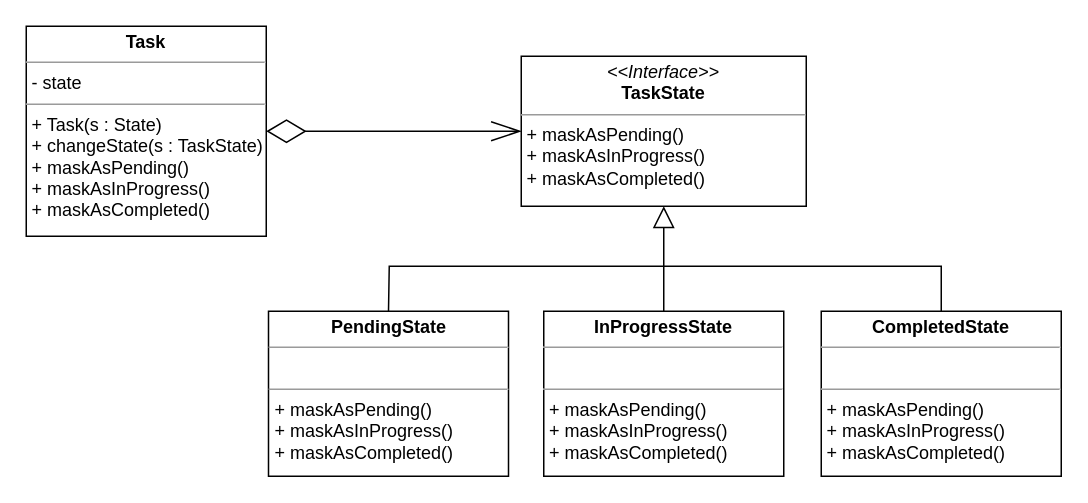
This is page "หน้า-1" (1 of 4) of Project/behavioral/State/State.drawio from pang1217/Pattern-and-Software-Design, a draw.io file, before an edit. Source tidied: cells renumbered, new cells numbered last; positions are measured from the earlier drawing's top-left corner, leaving out a move shared by most shapes. Both pictures are drawn from the tidied source at 150%, with x=0, y=0 at pixel (26, 26).
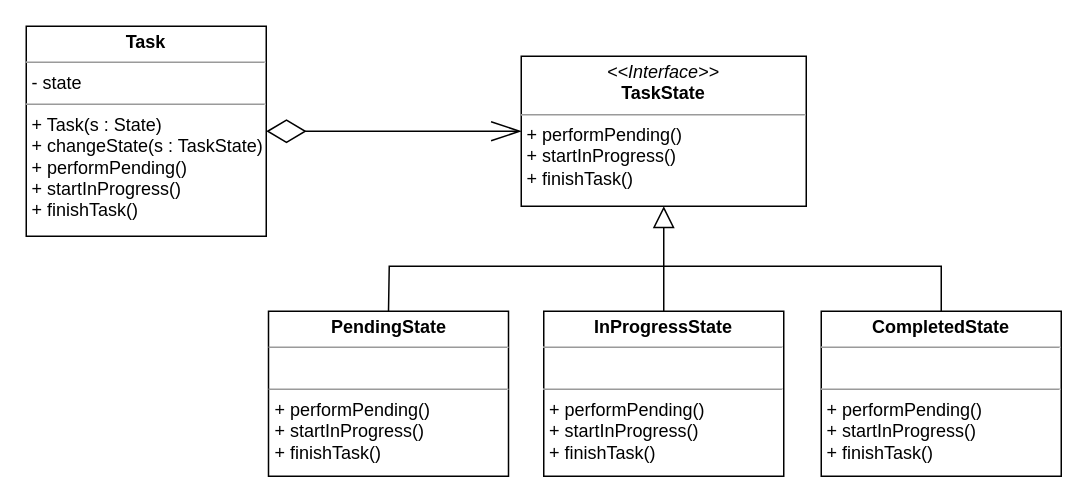
Above is the later version.

Change to the diagram source:
```diff
@@
 <mxGraphModel>
   <root>
     <mxCell id="0" />
     <mxCell id="1" parent="0" />
-    <mxCell id="2" value="&lt;p style=&quot;margin:0px;margin-top:4px;text-align:center;&quot;&gt;&lt;b&gt;Task&lt;/b&gt;&lt;/p&gt;&lt;hr size=&quot;1&quot;&gt;&lt;p style=&quot;margin:0px;margin-left:4px;&quot;&gt;- state&lt;/p&gt;&lt;hr size=&quot;1&quot;&gt;&lt;p style=&quot;margin:0px;margin-left:4px;&quot;&gt;+ Task(s : State)&lt;/p&gt;&lt;p style=&quot;margin:0px;margin-left:4px;&quot;&gt;+ changeState(s : TaskState)&lt;/p&gt;&lt;p style=&quot;margin:0px;margin-left:4px;&quot;&gt;+ maskAsPending()&lt;/p&gt;&lt;p style=&quot;margin:0px;margin-left:4px;&quot;&gt;+ maskAsInProgress()&lt;/p&gt;&lt;p style=&quot;margin:0px;margin-left:4px;&quot;&gt;+ maskAsCompleted()&lt;/p&gt;" style="verticalAlign=top;align=left;overflow=fill;fontSize=12;fontFamily=Helvetica;html=1;whiteSpace=wrap;" parent="1" vertex="1">
+    <mxCell id="2" value="&lt;p style=&quot;margin:0px;margin-top:4px;text-align:center;&quot;&gt;&lt;b&gt;Task&lt;/b&gt;&lt;/p&gt;&lt;hr size=&quot;1&quot;&gt;&lt;p style=&quot;margin:0px;margin-left:4px;&quot;&gt;- state&lt;/p&gt;&lt;hr size=&quot;1&quot;&gt;&lt;p style=&quot;margin:0px;margin-left:4px;&quot;&gt;+ Task(s : State)&lt;/p&gt;&lt;p style=&quot;margin:0px;margin-left:4px;&quot;&gt;+ changeState(s : TaskState)&lt;/p&gt;&lt;p style=&quot;border-color: var(--border-color); margin: 0px 0px 0px 4px;&quot;&gt;+ performPending()&lt;/p&gt;&lt;p style=&quot;border-color: var(--border-color); margin: 0px 0px 0px 4px;&quot;&gt;+ startInProgress()&lt;/p&gt;&lt;p style=&quot;border-color: var(--border-color); margin: 0px 0px 0px 4px;&quot;&gt;+ finishTask()&lt;/p&gt;" style="verticalAlign=top;align=left;overflow=fill;fontSize=12;fontFamily=Helvetica;html=1;whiteSpace=wrap;" parent="1" vertex="1">
       <mxGeometry width="160" height="140" as="geometry" />
     </mxCell>
-    <mxCell id="3" value="&lt;p style=&quot;margin:0px;margin-top:4px;text-align:center;&quot;&gt;&lt;i&gt;&amp;lt;&amp;lt;Interface&amp;gt;&amp;gt;&lt;/i&gt;&lt;br&gt;&lt;b&gt;TaskState&lt;/b&gt;&lt;/p&gt;&lt;hr size=&quot;1&quot;&gt;&lt;p style=&quot;border-color: var(--border-color); margin: 0px 0px 0px 4px;&quot;&gt;+ maskAsPending()&lt;/p&gt;&lt;p style=&quot;border-color: var(--border-color); margin: 0px 0px 0px 4px;&quot;&gt;+ maskAsInProgress()&lt;/p&gt;&lt;p style=&quot;border-color: var(--border-color); margin: 0px 0px 0px 4px;&quot;&gt;+ maskAsCompleted()&lt;/p&gt;" style="verticalAlign=top;align=left;overflow=fill;fontSize=12;fontFamily=Helvetica;html=1;whiteSpace=wrap;" parent="1" vertex="1">
+    <mxCell id="3" value="&lt;p style=&quot;margin:0px;margin-top:4px;text-align:center;&quot;&gt;&lt;i&gt;&amp;lt;&amp;lt;Interface&amp;gt;&amp;gt;&lt;/i&gt;&lt;br&gt;&lt;b&gt;TaskState&lt;/b&gt;&lt;/p&gt;&lt;hr size=&quot;1&quot;&gt;&lt;p style=&quot;border-color: var(--border-color); margin: 0px 0px 0px 4px;&quot;&gt;+ performPending()&lt;/p&gt;&lt;p style=&quot;border-color: var(--border-color); margin: 0px 0px 0px 4px;&quot;&gt;+ startInProgress()&lt;/p&gt;&lt;p style=&quot;border-color: var(--border-color); margin: 0px 0px 0px 4px;&quot;&gt;+ finishTask()&lt;/p&gt;&lt;p style=&quot;border-color: var(--border-color); margin: 0px 0px 0px 4px;&quot;&gt;&lt;br&gt;&lt;/p&gt;" style="verticalAlign=top;align=left;overflow=fill;fontSize=12;fontFamily=Helvetica;html=1;whiteSpace=wrap;" parent="1" vertex="1">
       <mxGeometry x="330" y="20" width="190" height="100" as="geometry" />
     </mxCell>
-    <mxCell id="4" value="&lt;p style=&quot;margin:0px;margin-top:4px;text-align:center;&quot;&gt;&lt;b&gt;PendingState&lt;/b&gt;&lt;/p&gt;&lt;hr size=&quot;1&quot;&gt;&lt;p style=&quot;margin:0px;margin-left:4px;&quot;&gt;&lt;br&gt;&lt;/p&gt;&lt;hr size=&quot;1&quot;&gt;&lt;p style=&quot;border-color: var(--border-color); margin: 0px 0px 0px 4px;&quot;&gt;+ maskAsPending()&lt;/p&gt;&lt;p style=&quot;border-color: var(--border-color); margin: 0px 0px 0px 4px;&quot;&gt;+ maskAsInProgress()&lt;/p&gt;&lt;p style=&quot;border-color: var(--border-color); margin: 0px 0px 0px 4px;&quot;&gt;+ maskAsCompleted()&lt;/p&gt;" style="verticalAlign=top;align=left;overflow=fill;fontSize=12;fontFamily=Helvetica;html=1;whiteSpace=wrap;" parent="1" vertex="1">
+    <mxCell id="4" value="&lt;p style=&quot;margin:0px;margin-top:4px;text-align:center;&quot;&gt;&lt;b&gt;PendingState&lt;/b&gt;&lt;/p&gt;&lt;hr size=&quot;1&quot;&gt;&lt;p style=&quot;margin:0px;margin-left:4px;&quot;&gt;&lt;br&gt;&lt;/p&gt;&lt;hr size=&quot;1&quot;&gt;&lt;p style=&quot;border-color: var(--border-color); margin: 0px 0px 0px 4px;&quot;&gt;+ performPending()&lt;/p&gt;&lt;p style=&quot;border-color: var(--border-color); margin: 0px 0px 0px 4px;&quot;&gt;+ startInProgress()&lt;/p&gt;&lt;p style=&quot;border-color: var(--border-color); margin: 0px 0px 0px 4px;&quot;&gt;+ finishTask()&lt;/p&gt;" style="verticalAlign=top;align=left;overflow=fill;fontSize=12;fontFamily=Helvetica;html=1;whiteSpace=wrap;" parent="1" vertex="1">
       <mxGeometry x="161.5" y="190" width="160" height="110" as="geometry" />
     </mxCell>
-    <mxCell id="5" value="&lt;p style=&quot;margin:0px;margin-top:4px;text-align:center;&quot;&gt;&lt;b&gt;InProgressState&lt;/b&gt;&lt;/p&gt;&lt;hr size=&quot;1&quot;&gt;&lt;p style=&quot;margin:0px;margin-left:4px;&quot;&gt;&lt;br&gt;&lt;/p&gt;&lt;hr size=&quot;1&quot;&gt;&lt;p style=&quot;border-color: var(--border-color); margin: 0px 0px 0px 4px;&quot;&gt;+ maskAsPending()&lt;/p&gt;&lt;p style=&quot;border-color: var(--border-color); margin: 0px 0px 0px 4px;&quot;&gt;+ maskAsInProgress()&lt;/p&gt;&lt;p style=&quot;border-color: var(--border-color); margin: 0px 0px 0px 4px;&quot;&gt;+ maskAsCompleted()&lt;/p&gt;" style="verticalAlign=top;align=left;overflow=fill;fontSize=12;fontFamily=Helvetica;html=1;whiteSpace=wrap;" parent="1" vertex="1">
+    <mxCell id="5" value="&lt;p style=&quot;margin:0px;margin-top:4px;text-align:center;&quot;&gt;&lt;b&gt;InProgressState&lt;/b&gt;&lt;/p&gt;&lt;hr size=&quot;1&quot;&gt;&lt;p style=&quot;margin:0px;margin-left:4px;&quot;&gt;&lt;br&gt;&lt;/p&gt;&lt;hr size=&quot;1&quot;&gt;&lt;p style=&quot;border-color: var(--border-color); margin: 0px 0px 0px 4px;&quot;&gt;+ performPending()&lt;/p&gt;&lt;p style=&quot;border-color: var(--border-color); margin: 0px 0px 0px 4px;&quot;&gt;+ startInProgress()&lt;/p&gt;&lt;p style=&quot;border-color: var(--border-color); margin: 0px 0px 0px 4px;&quot;&gt;+ finishTask()&lt;/p&gt;" style="verticalAlign=top;align=left;overflow=fill;fontSize=12;fontFamily=Helvetica;html=1;whiteSpace=wrap;" parent="1" vertex="1">
       <mxGeometry x="345" y="190" width="160" height="110" as="geometry" />
     </mxCell>
-    <mxCell id="6" value="&lt;p style=&quot;margin:0px;margin-top:4px;text-align:center;&quot;&gt;&lt;b&gt;CompletedState&lt;/b&gt;&lt;/p&gt;&lt;hr size=&quot;1&quot;&gt;&lt;p style=&quot;margin:0px;margin-left:4px;&quot;&gt;&lt;br&gt;&lt;/p&gt;&lt;hr size=&quot;1&quot;&gt;&lt;p style=&quot;border-color: var(--border-color); margin: 0px 0px 0px 4px;&quot;&gt;+ maskAsPending()&lt;/p&gt;&lt;p style=&quot;border-color: var(--border-color); margin: 0px 0px 0px 4px;&quot;&gt;+ maskAsInProgress()&lt;/p&gt;&lt;p style=&quot;border-color: var(--border-color); margin: 0px 0px 0px 4px;&quot;&gt;+ maskAsCompleted()&lt;/p&gt;" style="verticalAlign=top;align=left;overflow=fill;fontSize=12;fontFamily=Helvetica;html=1;whiteSpace=wrap;" parent="1" vertex="1">
+    <mxCell id="6" value="&lt;p style=&quot;margin:0px;margin-top:4px;text-align:center;&quot;&gt;&lt;b&gt;CompletedState&lt;/b&gt;&lt;/p&gt;&lt;hr size=&quot;1&quot;&gt;&lt;p style=&quot;margin:0px;margin-left:4px;&quot;&gt;&lt;br&gt;&lt;/p&gt;&lt;hr size=&quot;1&quot;&gt;&lt;p style=&quot;border-color: var(--border-color); margin: 0px 0px 0px 4px;&quot;&gt;+ performPending()&lt;/p&gt;&lt;p style=&quot;border-color: var(--border-color); margin: 0px 0px 0px 4px;&quot;&gt;+ startInProgress()&lt;/p&gt;&lt;p style=&quot;border-color: var(--border-color); margin: 0px 0px 0px 4px;&quot;&gt;+ finishTask()&lt;/p&gt;" style="verticalAlign=top;align=left;overflow=fill;fontSize=12;fontFamily=Helvetica;html=1;whiteSpace=wrap;" parent="1" vertex="1">
       <mxGeometry x="530" y="190" width="160" height="110" as="geometry" />
     </mxCell>
     <mxCell id="7" style="endArrow=diamondThin;endFill=0;endSize=24;html=1;rounded=0;entryX=1;entryY=0.5;entryDx=0;entryDy=0;exitX=0;exitY=0.5;exitDx=0;exitDy=0;startArrow=openThin;startFill=0;startSize=18;" parent="1" edge="1" source="3" target="2">
       <mxGeometry relative="1" as="geometry" />
     </mxCell>
     <mxCell id="8" style="endArrow=block;endFill=0;endSize=12;html=1;rounded=0;exitX=0.5;exitY=0;exitDx=0;exitDy=0;entryX=0.5;entryY=1;entryDx=0;entryDy=0;" parent="1" edge="1" source="5" target="3">
       <mxGeometry relative="1" as="geometry" />
     </mxCell>
     <mxCell id="9" style="endArrow=none;html=1;rounded=0;exitX=0.5;exitY=0;exitDx=0;exitDy=0;entryX=0.5;entryY=0;entryDx=0;entryDy=0;" parent="1" edge="1" source="4" target="6">
       <mxGeometry relative="1" as="geometry">
         <Array as="points">
           <mxPoint x="242" y="160" />
           <mxPoint x="610" y="160" />
         </Array>
       </mxGeometry>
     </mxCell>
   </root>
 </mxGraphModel>
```
